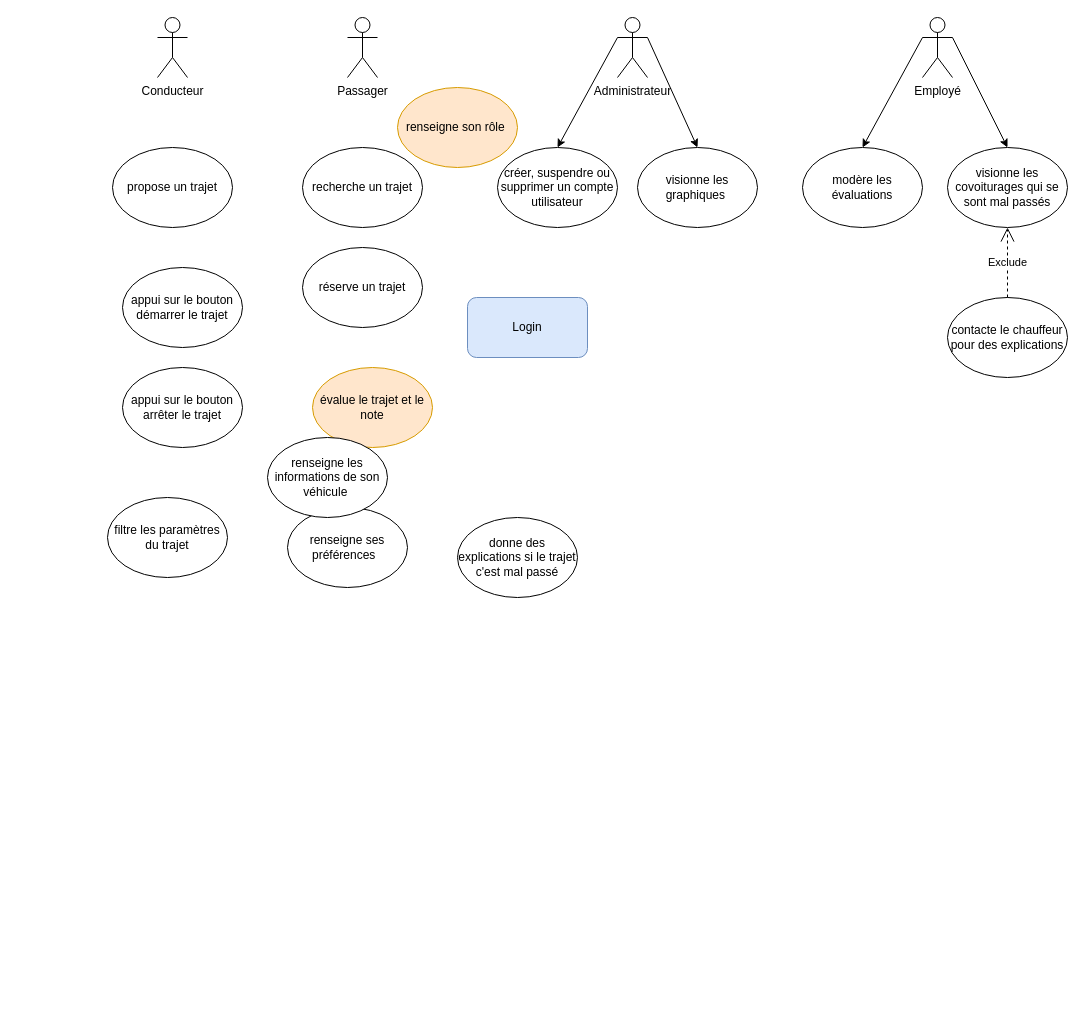
Above: diagramme d'utilisation EcoRide.drawio in elodiealix91620/EcoRide (draw.io), before the change. Source tidied: cells renumbered, new cells numbered last; positions are measured from the earlier drawing's top-left corner, leaving out a move shared by most shapes. Both pictures are drawn from the tidied source at 100%, with x=0, y=0 at pixel (107, 17).
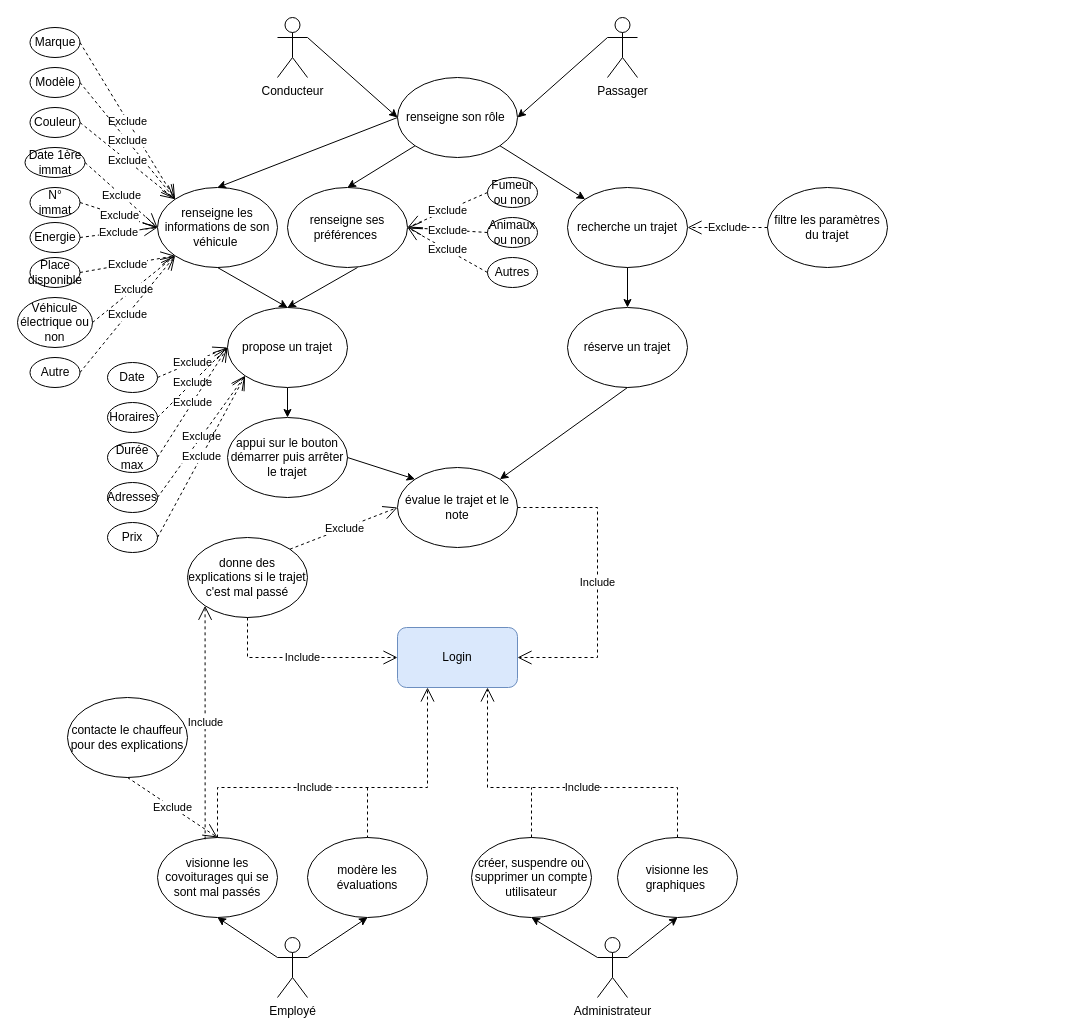
The same diagram, later.

Commit message:
Mettre à jour diagramme d'utilisation EcoRide.drawio

Diff of the diagram source:
```diff
@@
     <mxCell id="2" value="Administrateur" style="shape=umlActor;verticalLabelPosition=bottom;verticalAlign=top;html=1;outlineConnect=0;" parent="1" vertex="1">
-      <mxGeometry x="510" width="30" height="60" as="geometry" />
+      <mxGeometry x="490" y="920" width="30" height="60" as="geometry" />
     </mxCell>
     <mxCell id="3" value="Conducteur" style="shape=umlActor;verticalLabelPosition=bottom;verticalAlign=top;html=1;outlineConnect=0;" parent="1" vertex="1">
-      <mxGeometry x="50" width="30" height="60" as="geometry" />
+      <mxGeometry x="170" width="30" height="60" as="geometry" />
     </mxCell>
     <mxCell id="4" value="Passager" style="shape=umlActor;verticalLabelPosition=bottom;verticalAlign=top;html=1;outlineConnect=0;" parent="1" vertex="1">
-      <mxGeometry x="240" width="30" height="60" as="geometry" />
+      <mxGeometry x="500" width="30" height="60" as="geometry" />
     </mxCell>
     <mxCell id="5" value="Employé" style="shape=umlActor;verticalLabelPosition=bottom;verticalAlign=top;html=1;outlineConnect=0;" parent="1" vertex="1">
-      <mxGeometry x="815" width="30" height="60" as="geometry" />
+      <mxGeometry x="170" y="920" width="30" height="60" as="geometry" />
     </mxCell>
     <mxCell id="6" value="modère les évaluations" style="ellipse;whiteSpace=wrap;html=1;" parent="1" vertex="1">
-      <mxGeometry x="695" y="130" width="120" height="80" as="geometry" />
+      <mxGeometry x="200" y="820" width="120" height="80" as="geometry" />
     </mxCell>
     <mxCell id="7" value="créer, suspendre ou supprimer un compte utilisateur" style="ellipse;whiteSpace=wrap;html=1;" parent="1" vertex="1">
-      <mxGeometry x="390" y="130" width="120" height="80" as="geometry" />
+      <mxGeometry x="364" y="820" width="120" height="80" as="geometry" />
     </mxCell>
     <mxCell id="8" value="filtre les paramètres du trajet" style="ellipse;whiteSpace=wrap;html=1;" parent="1" vertex="1">
-      <mxGeometry y="480" width="120" height="80" as="geometry" />
+      <mxGeometry x="660" y="170" width="120" height="80" as="geometry" />
     </mxCell>
+    <mxCell id="28" style="edgeStyle=orthogonalEdgeStyle;rounded=0;jettySize=auto;html=1;exitX=0.5;exitY=1;exitDx=0;exitDy=0;entryX=0.5;entryY=0;entryDx=0;entryDy=0;" parent="1" edge="1" source="9" target="13">
+      <mxGeometry relative="1" as="geometry" />
+    </mxCell>
     <mxCell id="9" value="propose un trajet" style="ellipse;whiteSpace=wrap;html=1;" parent="1" vertex="1">
-      <mxGeometry x="5" y="130" width="120" height="80" as="geometry" />
+      <mxGeometry x="120" y="290" width="120" height="80" as="geometry" />
     </mxCell>
     <mxCell id="10" value="recherche un trajet" style="ellipse;whiteSpace=wrap;html=1;" parent="1" vertex="1">
-      <mxGeometry x="195" y="130" width="120" height="80" as="geometry" />
+      <mxGeometry x="460" y="170" width="120" height="80" as="geometry" />
     </mxCell>
-    <mxCell id="11" value="appui sur le bouton arrêter le trajet" style="ellipse;whiteSpace=wrap;html=1;" parent="1" vertex="1">
-      <mxGeometry x="15" y="350" width="120" height="80" as="geometry" />
-    </mxCell>
     <mxCell id="12" value="réserve un trajet" style="ellipse;whiteSpace=wrap;html=1;" parent="1" vertex="1">
-      <mxGeometry x="195" y="230" width="120" height="80" as="geometry" />
+      <mxGeometry x="460" y="290" width="120" height="80" as="geometry" />
     </mxCell>
-    <mxCell id="13" value="appui sur le bouton démarrer le trajet" style="ellipse;whiteSpace=wrap;html=1;" parent="1" vertex="1">
-      <mxGeometry x="15" y="250" width="120" height="80" as="geometry" />
+    <mxCell id="13" value="appui sur le bouton démarrer puis arrêter le trajet" style="ellipse;whiteSpace=wrap;html=1;" parent="1" vertex="1">
+      <mxGeometry x="120" y="400" width="120" height="80" as="geometry" />
     </mxCell>
-    <mxCell id="14" value="évalue le trajet et le note" style="ellipse;whiteSpace=wrap;html=1;fillColor=#ffe6cc;strokeColor=#d79b00;" parent="1" vertex="1">
-      <mxGeometry x="205" y="350" width="120" height="80" as="geometry" />
+    <mxCell id="14" value="évalue le trajet et le note" style="ellipse;whiteSpace=wrap;html=1;" parent="1" vertex="1">
+      <mxGeometry x="290" y="450" width="120" height="80" as="geometry" />
     </mxCell>
-    <mxCell id="15" value="renseigne son rôle&amp;nbsp;" style="ellipse;whiteSpace=wrap;html=1;fillColor=#ffe6cc;strokeColor=#d79b00;" parent="1" vertex="1">
-      <mxGeometry x="290" y="70" width="120" height="80" as="geometry" />
+    <mxCell id="15" value="renseigne son rôle&amp;nbsp;" style="ellipse;whiteSpace=wrap;html=1;" parent="1" vertex="1">
+      <mxGeometry x="290" y="60" width="120" height="80" as="geometry" />
     </mxCell>
-    <mxCell id="16" value="renseigne ses préférences&amp;nbsp;&amp;nbsp;" style="ellipse;whiteSpace=wrap;html=1;" parent="1" vertex="1">
-      <mxGeometry x="180" y="490" width="120" height="80" as="geometry" />
+    <mxCell id="16" value="renseigne les informations de son véhicule&amp;nbsp;" style="ellipse;whiteSpace=wrap;html=1;" parent="1" vertex="1">
+      <mxGeometry x="50" y="170" width="120" height="80" as="geometry" />
     </mxCell>
-    <mxCell id="17" value="renseigne les informations de son véhicule&amp;nbsp;" style="ellipse;whiteSpace=wrap;html=1;" parent="1" vertex="1">
-      <mxGeometry x="160" y="420" width="120" height="80" as="geometry" />
+    <mxCell id="17" value="renseigne ses préférences&amp;nbsp;" style="ellipse;whiteSpace=wrap;html=1;" parent="1" vertex="1">
+      <mxGeometry x="180" y="170" width="120" height="80" as="geometry" />
     </mxCell>
     <mxCell id="18" value="visionne les covoiturages qui se sont mal passés" style="ellipse;whiteSpace=wrap;html=1;" parent="1" vertex="1">
-      <mxGeometry x="840" y="130" width="120" height="80" as="geometry" />
+      <mxGeometry x="50" y="820" width="120" height="80" as="geometry" />
     </mxCell>
     <mxCell id="19" value="donne des explications si le trajet c'est mal passé" style="ellipse;whiteSpace=wrap;html=1;" parent="1" vertex="1">
-      <mxGeometry x="350" y="500" width="120" height="80" as="geometry" />
+      <mxGeometry x="80" y="520" width="120" height="80" as="geometry" />
     </mxCell>
     <mxCell id="20" value="visionne les graphiques&amp;nbsp;" style="ellipse;whiteSpace=wrap;html=1;" parent="1" vertex="1">
-      <mxGeometry x="530" y="130" width="120" height="80" as="geometry" />
+      <mxGeometry x="510" y="820" width="120" height="80" as="geometry" />
     </mxCell>
     <mxCell id="21" value="contacte le chauffeur pour des explications" style="ellipse;whiteSpace=wrap;html=1;" parent="1" vertex="1">
-      <mxGeometry x="840" y="280" width="120" height="80" as="geometry" />
+      <mxGeometry x="-40" y="680" width="120" height="80" as="geometry" />
     </mxCell>
     <mxCell id="22" value="Login" style="rounded=1;whiteSpace=wrap;html=1;fillColor=#dae8fc;strokeColor=#6c8ebf;" parent="1" vertex="1">
-      <mxGeometry x="360" y="280" width="120" height="60" as="geometry" />
+      <mxGeometry x="290" y="610" width="120" height="60" as="geometry" />
     </mxCell>
-    <mxCell id="23" style="endArrow=classic;html=1;rounded=0;exitX=0;exitY=0.3333333333333333;exitDx=0;exitDy=0;exitPerimeter=0;entryX=0.5;entryY=0;entryDx=0;entryDy=0;" parent="1" edge="1" source="5" target="6">
+    <mxCell id="23" style="endArrow=classic;html=1;rounded=0;entryX=0.5;entryY=1;entryDx=0;entryDy=0;exitX=1;exitY=0.3333333333333333;exitDx=0;exitDy=0;exitPerimeter=0;" parent="1" edge="1" source="5" target="6">
       <mxGeometry relative="1" as="geometry" />
     </mxCell>
-    <mxCell id="24" style="endArrow=classic;html=1;rounded=0;entryX=0.5;entryY=0;entryDx=0;entryDy=0;exitX=1;exitY=0.3333333333333333;exitDx=0;exitDy=0;exitPerimeter=0;" parent="1" edge="1" source="5" target="18">
+    <mxCell id="24" style="endArrow=classic;html=1;rounded=0;entryX=0.5;entryY=1;entryDx=0;entryDy=0;exitX=0;exitY=0.3333333333333333;exitDx=0;exitDy=0;exitPerimeter=0;" parent="1" edge="1" source="5" target="18">
       <mxGeometry relative="1" as="geometry" />
     </mxCell>
-    <mxCell id="25" value="Exclude" style="endArrow=open;endSize=12;dashed=1;html=1;rounded=0;exitX=0.5;exitY=0;exitDx=0;exitDy=0;entryX=0.5;entryY=1;entryDx=0;entryDy=0;" parent="1" edge="1" source="21" target="18">
+    <mxCell id="25" value="Exclude" style="endArrow=open;endSize=12;dashed=1;html=1;rounded=0;exitX=0.5;exitY=1;exitDx=0;exitDy=0;entryX=0.5;entryY=0;entryDx=0;entryDy=0;" parent="1" edge="1" source="21" target="18">
       <mxGeometry relative="1" as="geometry" />
     </mxCell>
-    <mxCell id="26" style="endArrow=classic;html=1;rounded=0;exitX=1;exitY=0.3333333333333333;exitDx=0;exitDy=0;exitPerimeter=0;entryX=0.5;entryY=0;entryDx=0;entryDy=0;" parent="1" edge="1" source="2" target="20">
+    <mxCell id="26" style="endArrow=classic;html=1;rounded=0;exitX=1;exitY=0.3333333333333333;exitDx=0;exitDy=0;exitPerimeter=0;entryX=0.5;entryY=1;entryDx=0;entryDy=0;" parent="1" edge="1" source="2" target="20">
       <mxGeometry relative="1" as="geometry" />
     </mxCell>
-    <mxCell id="27" style="endArrow=classic;html=1;rounded=0;entryX=0.5;entryY=0;entryDx=0;entryDy=0;exitX=0;exitY=0.3333333333333333;exitDx=0;exitDy=0;exitPerimeter=0;" parent="1" edge="1" source="2" target="7">
+    <mxCell id="27" style="endArrow=classic;html=1;rounded=0;entryX=0.5;entryY=1;entryDx=0;entryDy=0;exitX=0;exitY=0.3333333333333333;exitDx=0;exitDy=0;exitPerimeter=0;" parent="1" edge="1" source="2" target="7">
       <mxGeometry relative="1" as="geometry" />
     </mxCell>
+    <mxCell id="29" style="endArrow=classic;html=1;rounded=0;exitX=1;exitY=0.3333333333333333;exitDx=0;exitDy=0;exitPerimeter=0;entryX=0;entryY=0.5;entryDx=0;entryDy=0;" parent="1" edge="1" source="3" target="15">
+      <mxGeometry relative="1" as="geometry" />
+    </mxCell>
+    <mxCell id="30" style="endArrow=classic;html=1;rounded=0;entryX=1;entryY=0.5;entryDx=0;entryDy=0;exitX=0;exitY=0.3333333333333333;exitDx=0;exitDy=0;exitPerimeter=0;" parent="1" edge="1" source="4" target="15">
+      <mxGeometry relative="1" as="geometry" />
+    </mxCell>
+    <mxCell id="31" style="endArrow=classic;html=1;rounded=0;entryX=0.5;entryY=0;entryDx=0;entryDy=0;exitX=0;exitY=0.5;exitDx=0;exitDy=0;" parent="1" edge="1" source="15" target="16">
+      <mxGeometry relative="1" as="geometry" />
+    </mxCell>
+    <mxCell id="32" style="endArrow=classic;html=1;rounded=0;entryX=0.5;entryY=0;entryDx=0;entryDy=0;exitX=0;exitY=1;exitDx=0;exitDy=0;" parent="1" edge="1" source="15" target="17">
+      <mxGeometry relative="1" as="geometry" />
+    </mxCell>
+    <mxCell id="33" style="endArrow=classic;html=1;rounded=0;exitX=1;exitY=1;exitDx=0;exitDy=0;entryX=0;entryY=0;entryDx=0;entryDy=0;" parent="1" edge="1" source="15" target="10">
+      <mxGeometry relative="1" as="geometry" />
+    </mxCell>
+    <mxCell id="34" style="endArrow=classic;html=1;rounded=0;exitX=0.5;exitY=1;exitDx=0;exitDy=0;entryX=0.5;entryY=0;entryDx=0;entryDy=0;" parent="1" edge="1" source="10" target="12">
+      <mxGeometry relative="1" as="geometry" />
+    </mxCell>
+    <mxCell id="35" style="endArrow=classic;html=1;rounded=0;exitX=0.5;exitY=1;exitDx=0;exitDy=0;entryX=0.5;entryY=0;entryDx=0;entryDy=0;" parent="1" edge="1" source="16" target="9">
+      <mxGeometry relative="1" as="geometry" />
+    </mxCell>
+    <mxCell id="36" style="endArrow=classic;html=1;rounded=0;exitX=0.5;exitY=1;exitDx=0;exitDy=0;entryX=0.5;entryY=0;entryDx=0;entryDy=0;" parent="1" edge="1" target="9">
+      <mxGeometry relative="1" as="geometry">
+        <mxPoint x="250" y="250" as="sourcePoint" />
+      </mxGeometry>
+    </mxCell>
+    <mxCell id="37" style="endArrow=classic;html=1;rounded=0;exitX=0.5;exitY=1;exitDx=0;exitDy=0;entryX=1;entryY=0;entryDx=0;entryDy=0;" parent="1" edge="1" source="12" target="14">
+      <mxGeometry relative="1" as="geometry" />
+    </mxCell>
+    <mxCell id="38" style="endArrow=classic;html=1;rounded=0;exitX=1;exitY=0.5;exitDx=0;exitDy=0;entryX=0;entryY=0;entryDx=0;entryDy=0;" parent="1" edge="1" source="13" target="14">
+      <mxGeometry relative="1" as="geometry" />
+    </mxCell>
+    <mxCell id="39" value="Exclude" style="endArrow=open;endSize=12;dashed=1;html=1;rounded=0;exitX=1;exitY=0;exitDx=0;exitDy=0;entryX=0;entryY=0.5;entryDx=0;entryDy=0;" parent="1" edge="1" source="19" target="14">
+      <mxGeometry relative="1" as="geometry" />
+    </mxCell>
+    <mxCell id="40" value="Include" style="endArrow=open;endSize=12;dashed=1;html=1;rounded=0;exitX=0.5;exitY=1;exitDx=0;exitDy=0;entryX=0;entryY=0.5;entryDx=0;entryDy=0;" parent="1" edge="1" source="19" target="22">
+      <mxGeometry relative="1" as="geometry">
+        <Array as="points">
+          <mxPoint x="140" y="640" />
+        </Array>
+      </mxGeometry>
+    </mxCell>
+    <mxCell id="41" value="Include" style="endArrow=open;endSize=12;dashed=1;html=1;rounded=0;exitX=1;exitY=0.5;exitDx=0;exitDy=0;entryX=1;entryY=0.5;entryDx=0;entryDy=0;" parent="1" edge="1" source="14" target="22">
+      <mxGeometry relative="1" as="geometry">
+        <Array as="points">
+          <mxPoint x="490" y="490" />
+          <mxPoint x="490" y="640" />
+        </Array>
+      </mxGeometry>
+    </mxCell>
+    <mxCell id="42" value="Include" style="endArrow=open;endSize=12;dashed=1;html=1;rounded=0;exitX=0.5;exitY=0;exitDx=0;exitDy=0;entryX=0.75;entryY=1;entryDx=0;entryDy=0;" parent="1" edge="1" source="20" target="22">
+      <mxGeometry x="-0.15" relative="1" as="geometry">
+        <Array as="points">
+          <mxPoint x="570" y="770" />
+          <mxPoint x="380" y="770" />
+        </Array>
+      </mxGeometry>
+    </mxCell>
+    <mxCell id="43" style="endArrow=none;dashed=1;html=1;rounded=0;exitX=0.5;exitY=0;exitDx=0;exitDy=0;" parent="1" edge="1" source="7">
+      <mxGeometry relative="1" as="geometry">
+        <mxPoint x="424" y="770" as="targetPoint" />
+      </mxGeometry>
+    </mxCell>
+    <mxCell id="44" value="Include" style="endArrow=open;endSize=12;dashed=1;html=1;rounded=0;exitX=0.5;exitY=0;exitDx=0;exitDy=0;entryX=0.25;entryY=1;entryDx=0;entryDy=0;" parent="1" edge="1" source="18" target="22">
+      <mxGeometry x="-0.19" relative="1" as="geometry">
+        <Array as="points">
+          <mxPoint x="110" y="770" />
+          <mxPoint x="320" y="770" />
+        </Array>
+        <mxPoint x="1" as="offset" />
+      </mxGeometry>
+    </mxCell>
+    <mxCell id="45" style="endArrow=none;dashed=1;html=1;rounded=0;entryX=0.5;entryY=0;entryDx=0;entryDy=0;" parent="1" edge="1" target="6">
+      <mxGeometry relative="1" as="geometry">
+        <mxPoint x="260" y="770" as="sourcePoint" />
+      </mxGeometry>
+    </mxCell>
+    <mxCell id="46" value="Exclude" style="endArrow=open;endSize=12;dashed=1;html=1;rounded=0;exitX=0;exitY=0.5;exitDx=0;exitDy=0;entryX=1;entryY=0.5;entryDx=0;entryDy=0;" parent="1" edge="1" source="8" target="10">
+      <mxGeometry relative="1" as="geometry" />
+    </mxCell>
+    <mxCell id="47" value="Date" style="ellipse;whiteSpace=wrap;html=1;" parent="1" vertex="1">
+      <mxGeometry y="345" width="50" height="30" as="geometry" />
+    </mxCell>
+    <mxCell id="48" value="Horaires" style="ellipse;whiteSpace=wrap;html=1;" parent="1" vertex="1">
+      <mxGeometry y="385" width="50" height="30" as="geometry" />
+    </mxCell>
+    <mxCell id="49" value="Durée max" style="ellipse;whiteSpace=wrap;html=1;" parent="1" vertex="1">
+      <mxGeometry y="425" width="50" height="30" as="geometry" />
+    </mxCell>
+    <mxCell id="50" value="Adresses" style="ellipse;whiteSpace=wrap;html=1;" parent="1" vertex="1">
+      <mxGeometry y="465" width="50" height="30" as="geometry" />
+    </mxCell>
+    <mxCell id="51" value="Prix" style="ellipse;whiteSpace=wrap;html=1;" parent="1" vertex="1">
+      <mxGeometry y="505" width="50" height="30" as="geometry" />
+    </mxCell>
+    <mxCell id="52" value="Exclude" style="endArrow=open;endSize=12;dashed=1;html=1;rounded=0;entryX=0;entryY=0.5;entryDx=0;entryDy=0;exitX=1;exitY=0.5;exitDx=0;exitDy=0;" parent="1" edge="1" source="47" target="9">
+      <mxGeometry relative="1" as="geometry" />
+    </mxCell>
+    <mxCell id="53" value="Exclude" style="endArrow=open;endSize=12;dashed=1;html=1;rounded=0;exitX=1;exitY=0.5;exitDx=0;exitDy=0;entryX=0;entryY=0.5;entryDx=0;entryDy=0;" parent="1" edge="1" source="48" target="9">
+      <mxGeometry relative="1" as="geometry" />
+    </mxCell>
+    <mxCell id="54" value="Exclude" style="endArrow=open;endSize=12;dashed=1;html=1;rounded=0;exitX=1;exitY=0.5;exitDx=0;exitDy=0;entryX=0;entryY=0.5;entryDx=0;entryDy=0;" parent="1" edge="1" source="49" target="9">
+      <mxGeometry relative="1" as="geometry" />
+    </mxCell>
+    <mxCell id="55" value="Exclude" style="endArrow=open;endSize=12;dashed=1;html=1;rounded=0;exitX=1;exitY=0.5;exitDx=0;exitDy=0;entryX=0;entryY=1;entryDx=0;entryDy=0;" parent="1" edge="1" source="50" target="9">
+      <mxGeometry relative="1" as="geometry" />
+    </mxCell>
+    <mxCell id="56" value="Exclude" style="endArrow=open;endSize=12;dashed=1;html=1;rounded=0;exitX=1;exitY=0.5;exitDx=0;exitDy=0;entryX=0;entryY=1;entryDx=0;entryDy=0;" parent="1" edge="1" source="51" target="9">
+      <mxGeometry relative="1" as="geometry" />
+    </mxCell>
+    <mxCell id="57" value="Marque" style="ellipse;whiteSpace=wrap;html=1;" parent="1" vertex="1">
+      <mxGeometry x="-77.5" y="10" width="50" height="30" as="geometry" />
+    </mxCell>
+    <mxCell id="58" value="Modèle" style="ellipse;whiteSpace=wrap;html=1;" parent="1" vertex="1">
+      <mxGeometry x="-77.5" y="50" width="50" height="30" as="geometry" />
+    </mxCell>
+    <mxCell id="59" value="Couleur" style="ellipse;whiteSpace=wrap;html=1;" parent="1" vertex="1">
+      <mxGeometry x="-77.5" y="90" width="50" height="30" as="geometry" />
+    </mxCell>
+    <mxCell id="60" value="Date 1ère immat" style="ellipse;whiteSpace=wrap;html=1;" parent="1" vertex="1">
+      <mxGeometry x="-82.5" y="130" width="60" height="30" as="geometry" />
+    </mxCell>
+    <mxCell id="61" value="N° immat" style="ellipse;whiteSpace=wrap;html=1;" parent="1" vertex="1">
+      <mxGeometry x="-77.5" y="170" width="50" height="30" as="geometry" />
+    </mxCell>
+    <mxCell id="62" value="Energie" style="ellipse;whiteSpace=wrap;html=1;" parent="1" vertex="1">
+      <mxGeometry x="-77.5" y="205" width="50" height="30" as="geometry" />
+    </mxCell>
+    <mxCell id="63" value="Place disponible" style="ellipse;whiteSpace=wrap;html=1;" parent="1" vertex="1">
+      <mxGeometry x="-77.5" y="240" width="50" height="30" as="geometry" />
+    </mxCell>
+    <mxCell id="64" value="Autre" style="ellipse;whiteSpace=wrap;html=1;" parent="1" vertex="1">
+      <mxGeometry x="-77.5" y="340" width="50" height="30" as="geometry" />
+    </mxCell>
+    <mxCell id="65" value="Véhicule électrique ou non" style="ellipse;whiteSpace=wrap;html=1;" parent="1" vertex="1">
+      <mxGeometry x="-90" y="280" width="75" height="50" as="geometry" />
+    </mxCell>
+    <mxCell id="66" value="Fumeur ou non" style="ellipse;whiteSpace=wrap;html=1;" parent="1" vertex="1">
+      <mxGeometry x="380" y="160" width="50" height="30" as="geometry" />
+    </mxCell>
+    <mxCell id="67" value="Animaux ou non" style="ellipse;whiteSpace=wrap;html=1;" parent="1" vertex="1">
+      <mxGeometry x="380" y="200" width="50" height="30" as="geometry" />
+    </mxCell>
+    <mxCell id="68" value="Autres" style="ellipse;whiteSpace=wrap;html=1;" parent="1" vertex="1">
+      <mxGeometry x="380" y="240" width="50" height="30" as="geometry" />
+    </mxCell>
+    <mxCell id="69" value="Exclude" style="endArrow=open;endSize=12;dashed=1;html=1;rounded=0;exitX=0;exitY=0.5;exitDx=0;exitDy=0;entryX=1;entryY=0.5;entryDx=0;entryDy=0;" parent="1" edge="1" source="66" target="17">
+      <mxGeometry relative="1" as="geometry" />
+    </mxCell>
+    <mxCell id="70" value="Exclude" style="endArrow=open;endSize=12;dashed=1;html=1;rounded=0;exitX=0;exitY=0.5;exitDx=0;exitDy=0;entryX=1;entryY=0.5;entryDx=0;entryDy=0;" parent="1" edge="1" source="67" target="17">
+      <mxGeometry relative="1" as="geometry" />
+    </mxCell>
+    <mxCell id="71" value="Exclude" style="endArrow=open;endSize=12;dashed=1;html=1;rounded=0;exitX=0;exitY=0.5;exitDx=0;exitDy=0;entryX=1;entryY=0.5;entryDx=0;entryDy=0;" parent="1" edge="1" source="68" target="17">
+      <mxGeometry relative="1" as="geometry" />
+    </mxCell>
+    <mxCell id="72" value="Exclude" style="endArrow=open;endSize=12;dashed=1;html=1;rounded=0;entryX=0;entryY=0;entryDx=0;entryDy=0;exitX=1;exitY=0.5;exitDx=0;exitDy=0;" parent="1" edge="1" source="57" target="16">
+      <mxGeometry relative="1" as="geometry" />
+    </mxCell>
+    <mxCell id="73" value="Exclude" style="endArrow=open;endSize=12;dashed=1;html=1;rounded=0;entryX=0;entryY=0;entryDx=0;entryDy=0;exitX=1;exitY=0.5;exitDx=0;exitDy=0;" parent="1" edge="1" source="58" target="16">
+      <mxGeometry relative="1" as="geometry" />
+    </mxCell>
+    <mxCell id="74" value="Exclude" style="endArrow=open;endSize=12;dashed=1;html=1;rounded=0;entryX=0;entryY=0;entryDx=0;entryDy=0;exitX=1;exitY=0.5;exitDx=0;exitDy=0;" parent="1" edge="1" source="59" target="16">
+      <mxGeometry relative="1" as="geometry" />
+    </mxCell>
+    <mxCell id="75" value="Exclude" style="endArrow=open;endSize=12;dashed=1;html=1;rounded=0;entryX=0;entryY=0.5;entryDx=0;entryDy=0;exitX=1;exitY=0.5;exitDx=0;exitDy=0;" parent="1" edge="1" source="60" target="16">
+      <mxGeometry relative="1" as="geometry" />
+    </mxCell>
+    <mxCell id="76" value="Exclude" style="endArrow=open;endSize=12;dashed=1;html=1;rounded=0;entryX=0;entryY=0.5;entryDx=0;entryDy=0;exitX=1;exitY=0.5;exitDx=0;exitDy=0;" parent="1" edge="1" source="61" target="16">
+      <mxGeometry relative="1" as="geometry" />
+    </mxCell>
+    <mxCell id="77" value="Exclude" style="endArrow=open;endSize=12;dashed=1;html=1;rounded=0;entryX=0;entryY=0.5;entryDx=0;entryDy=0;exitX=1;exitY=0.5;exitDx=0;exitDy=0;" parent="1" edge="1" source="62" target="16">
+      <mxGeometry relative="1" as="geometry" />
+    </mxCell>
+    <mxCell id="78" value="Exclude" style="endArrow=open;endSize=12;dashed=1;html=1;rounded=0;entryX=0;entryY=1;entryDx=0;entryDy=0;exitX=1;exitY=0.5;exitDx=0;exitDy=0;" parent="1" edge="1" source="63" target="16">
+      <mxGeometry relative="1" as="geometry" />
+    </mxCell>
+    <mxCell id="79" value="Exclude" style="endArrow=open;endSize=12;dashed=1;html=1;rounded=0;entryX=0;entryY=1;entryDx=0;entryDy=0;exitX=1;exitY=0.5;exitDx=0;exitDy=0;" parent="1" edge="1" source="65" target="16">
+      <mxGeometry relative="1" as="geometry" />
+    </mxCell>
+    <mxCell id="80" value="Exclude" style="endArrow=open;endSize=12;dashed=1;html=1;rounded=0;entryX=0;entryY=1;entryDx=0;entryDy=0;exitX=1;exitY=0.5;exitDx=0;exitDy=0;" parent="1" edge="1" source="64" target="16">
+      <mxGeometry relative="1" as="geometry" />
+    </mxCell>
+    <mxCell id="81" value="Include" style="endArrow=open;endSize=12;dashed=1;html=1;rounded=0;entryX=0;entryY=1;entryDx=0;entryDy=0;exitX=0.397;exitY=0.023;exitDx=0;exitDy=0;exitPerimeter=0;" parent="1" edge="1" source="18" target="19">
+      <mxGeometry relative="1" as="geometry" />
+    </mxCell>
```
